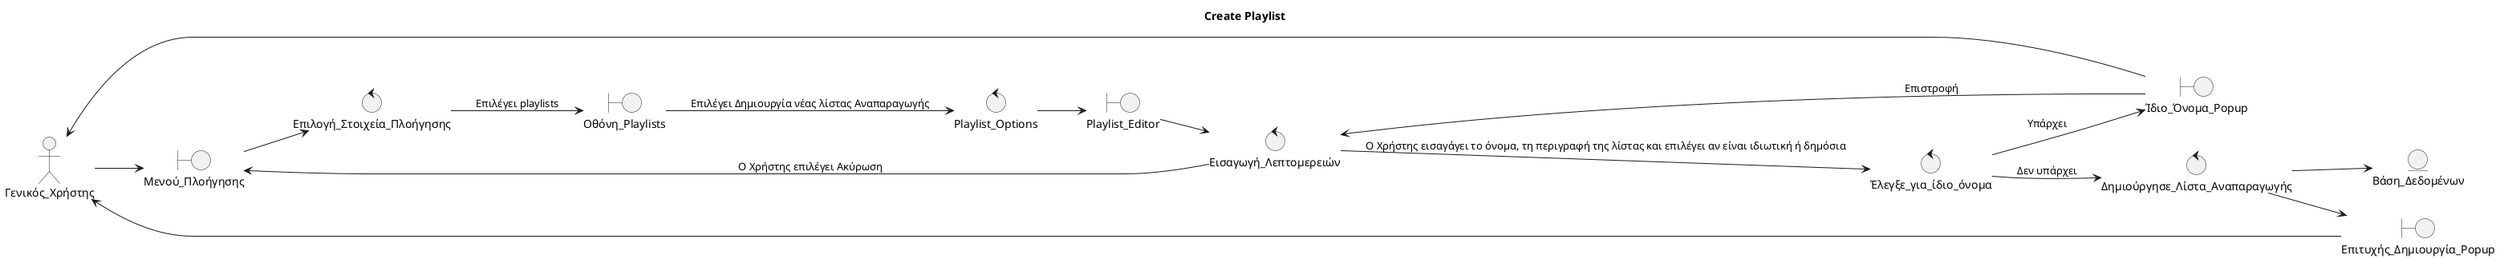
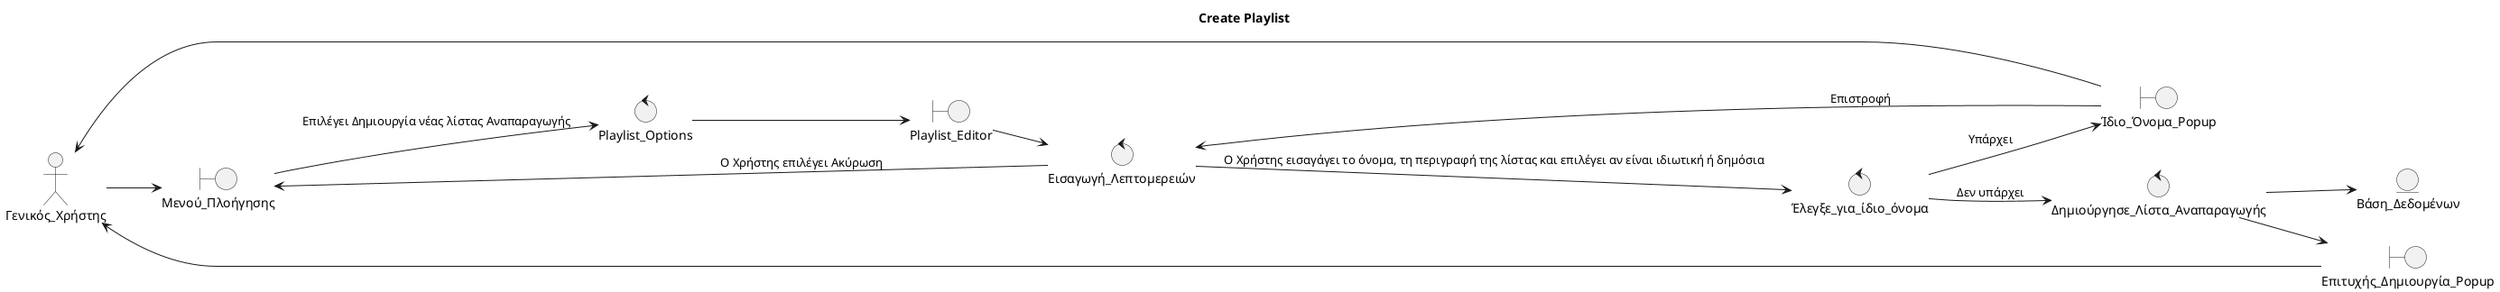
@startuml

title Create Playlist

left to right direction

skinparam shadowing false
skinparam roundcorner 10

' =====================================================
' ACTORS
' =====================================================

actor Γενικός_Χρήστης

' =====================================================
' BOUNDARY OBJECTS
' =====================================================

boundary Μενού_Πλοήγησης
- boundary Οθόνη_Playlists
boundary Ίδιο_Όνομα_Popup
boundary Επιτυχής_Δημιουργία_Popup
boundary Playlist_Editor

' =====================================================
' CONTROL OBJECTS
' =====================================================

control Εισαγωγή_Λεπτομερειών
control Έλεγξε_για_ίδιο_όνομα
control Δημιούργησε_Λίστα_Αναπαραγωγής
control Playlist_Options
- control Επιλογή_Στοιχεία_Πλοήγησης

' =====================================================
' ENTITY OBJECTS
' =====================================================

entity Βάση_Δεδομένων

' =====================================================
' INTERACTIONS
' =====================================================

Γενικός_Χρήστης --> Μενού_Πλοήγησης
- Μενού_Πλοήγησης --> Επιλογή_Στοιχεία_Πλοήγησης
- Επιλογή_Στοιχεία_Πλοήγησης --> Οθόνη_Playlists :Επιλέγει playlists
- Οθόνη_Playlists --> Playlist_Options : Eπιλέγει Δημιουργία νέας λίστας Αναπαραγωγής
+ Μενού_Πλοήγησης --> Playlist_Options : Eπιλέγει Δημιουργία νέας λίστας Αναπαραγωγής
Playlist_Options --> Playlist_Editor
Playlist_Editor --> Εισαγωγή_Λεπτομερειών
Εισαγωγή_Λεπτομερειών --> Μενού_Πλοήγησης : Ο Χρήστης επιλέγει Ακύρωση
Εισαγωγή_Λεπτομερειών --> Έλεγξε_για_ίδιο_όνομα : Ο Χρήστης εισαγάγει το όνομα, τη περιγραφή της λίστας και επιλέγει αν είναι ιδιωτική ή δημόσια
Έλεγξε_για_ίδιο_όνομα --> Δημιούργησε_Λίστα_Αναπαραγωγής : Δεν υπάρχει
Δημιούργησε_Λίστα_Αναπαραγωγής --> Βάση_Δεδομένων
Δημιούργησε_Λίστα_Αναπαραγωγής --> Επιτυχής_Δημιουργία_Popup
Έλεγξε_για_ίδιο_όνομα --> Ίδιο_Όνομα_Popup : Υπάρχει
Ίδιο_Όνομα_Popup --> Εισαγωγή_Λεπτομερειών : Επιστροφή
Επιτυχής_Δημιουργία_Popup --> Γενικός_Χρήστης
Ίδιο_Όνομα_Popup --> Γενικός_Χρήστης

@enduml
